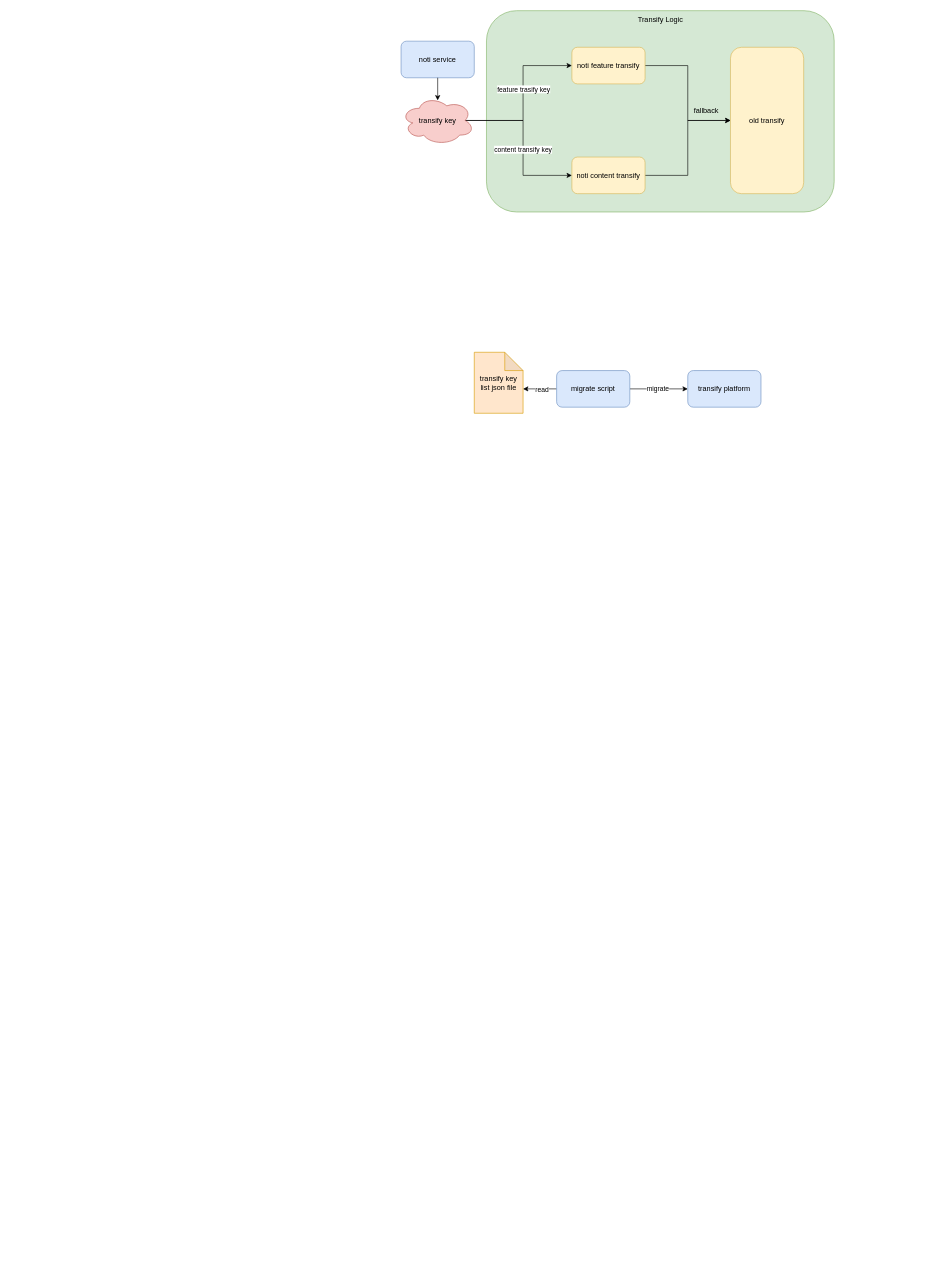
Earlier version of the draw.io diagram transify.drawio (zzw55486402/20200626). Source tidied: cells renumbered, new cells numbered last; positions are measured from the earlier drawing's top-left corner, leaving out a move shared by most shapes. Both pictures are drawn from the tidied source at 61%, with x=0, y=0 at pixel (401, 10).
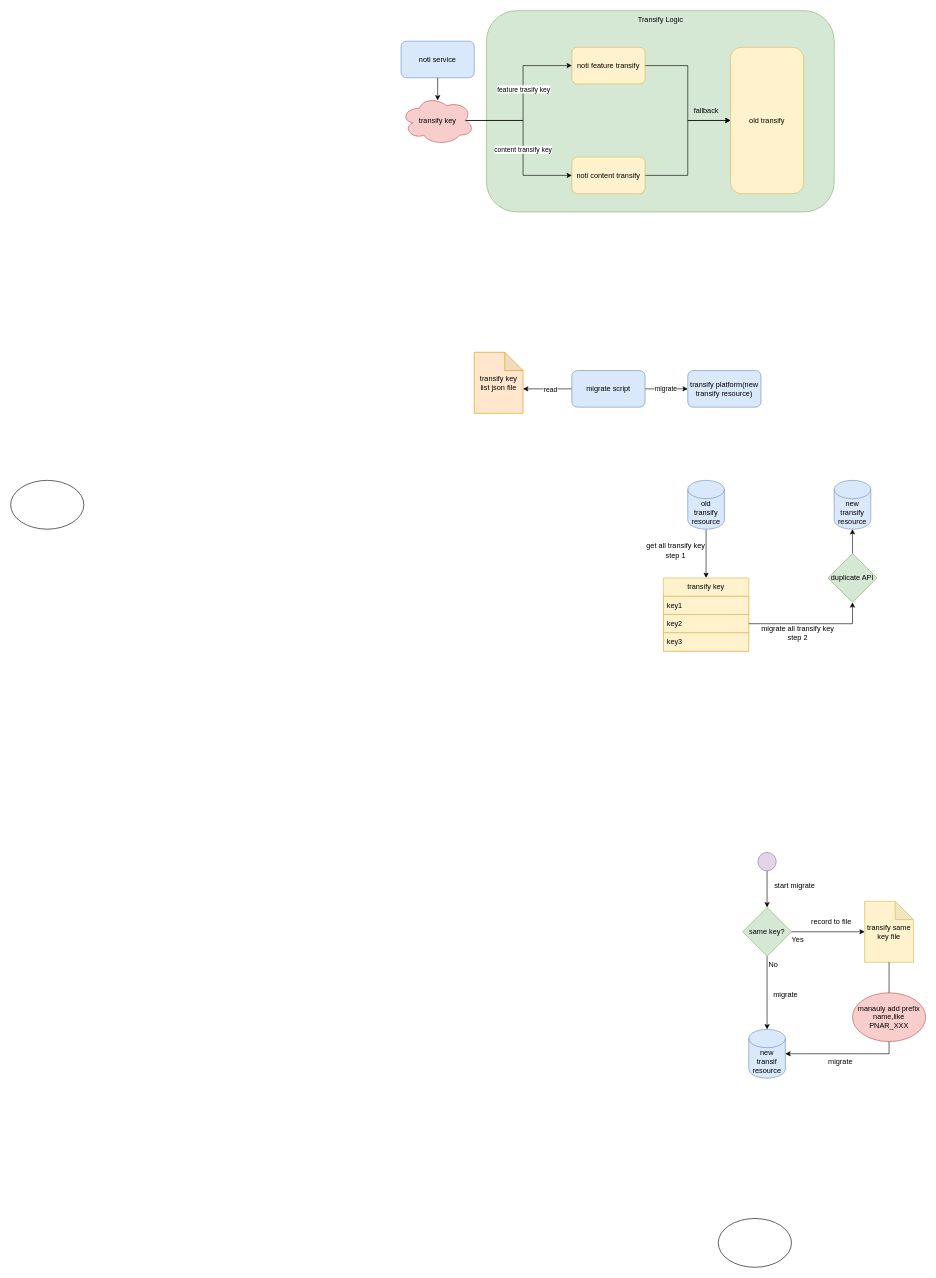
The same page after the edit.

The edit, as a diff of the source:
```diff
@@
     <mxCell id="22" value="migrate script" style="rounded=1;whiteSpace=wrap;html=1;fillColor=#dae8fc;strokeColor=#6c8ebf;" parent="1" vertex="1">
-      <mxGeometry x="255" y="590" width="120" height="60" as="geometry" />
+      <mxGeometry x="280" y="590" width="120" height="60" as="geometry" />
     </mxCell>
-    <mxCell id="23" value="transify platform" style="rounded=1;whiteSpace=wrap;html=1;fillColor=#dae8fc;strokeColor=#6c8ebf;" parent="1" vertex="1">
+    <mxCell id="23" value="transify platform(new transify resource)" style="rounded=1;whiteSpace=wrap;html=1;fillColor=#dae8fc;strokeColor=#6c8ebf;" parent="1" vertex="1">
       <mxGeometry x="470" y="590" width="120" height="60" as="geometry" />
     </mxCell>
+    <mxCell id="24" style="edgeStyle=orthogonalEdgeStyle;rounded=0;jettySize=auto;html=1;exitX=0.5;exitY=1;exitDx=0;exitDy=0;exitPerimeter=0;" parent="1" edge="1" source="25" target="27">
+      <mxGeometry relative="1" as="geometry" />
+    </mxCell>
+    <mxCell id="25" value="old transify resource" style="shape=cylinder3;whiteSpace=wrap;html=1;boundedLbl=1;backgroundOutline=1;size=15;fillColor=#dae8fc;strokeColor=#6c8ebf;" parent="1" vertex="1">
+      <mxGeometry x="470" y="770" width="60" height="80" as="geometry" />
+    </mxCell>
+    <mxCell id="26" value="new transify resource" style="shape=cylinder3;whiteSpace=wrap;html=1;boundedLbl=1;backgroundOutline=1;size=15;fillColor=#dae8fc;strokeColor=#6c8ebf;" parent="1" vertex="1">
+      <mxGeometry x="710" y="770" width="60" height="80" as="geometry" />
+    </mxCell>
+    <mxCell id="27" value="transify key" style="swimlane;fontStyle=0;horizontal=1;startSize=30;whiteSpace=wrap;html=1;fillColor=#fff2cc;strokeColor=#d6b656;" parent="1" vertex="1">
+      <mxGeometry x="430" y="930" width="140" height="120" as="geometry" />
+    </mxCell>
+    <mxCell id="28" value="key1" style="text;strokeColor=#d6b656;fillColor=#fff2cc;align=left;verticalAlign=middle;spacingLeft=4;spacingRight=4;overflow=hidden;whiteSpace=wrap;html=1;" parent="27" vertex="1">
+      <mxGeometry y="30" width="140" height="30" as="geometry" />
+    </mxCell>
+    <mxCell id="29" value="key2" style="text;strokeColor=#d6b656;fillColor=#fff2cc;align=left;verticalAlign=middle;spacingLeft=4;spacingRight=4;overflow=hidden;points=[[0,0.5],[1,0.5]];portConstraint=eastwest;whiteSpace=wrap;html=1;" parent="27" vertex="1">
+      <mxGeometry y="60" width="140" height="30" as="geometry" />
+    </mxCell>
+    <mxCell id="30" value="key3" style="text;strokeColor=#d6b656;fillColor=#fff2cc;align=left;verticalAlign=middle;spacingLeft=4;spacingRight=4;overflow=hidden;whiteSpace=wrap;html=1;" parent="27" vertex="1">
+      <mxGeometry y="90" width="140" height="30" as="geometry" />
+    </mxCell>
+    <mxCell id="31" style="edgeStyle=orthogonalEdgeStyle;rounded=0;jettySize=auto;html=1;exitX=0.5;exitY=0;exitDx=0;exitDy=0;entryX=0.5;entryY=1;entryDx=0;entryDy=0;entryPerimeter=0;" parent="1" edge="1" source="33" target="26">
+      <mxGeometry relative="1" as="geometry" />
+    </mxCell>
+    <mxCell id="32" style="edgeStyle=orthogonalEdgeStyle;rounded=0;jettySize=auto;html=1;exitX=1;exitY=0.5;exitDx=0;exitDy=0;entryX=0.5;entryY=1;entryDx=0;entryDy=0;entryPerimeter=0;" parent="1" edge="1" source="29" target="33">
+      <mxGeometry relative="1" as="geometry" />
+    </mxCell>
+    <mxCell id="33" value="duplicate API" style="rhombus;whiteSpace=wrap;html=1;fillColor=#d5e8d4;strokeColor=#82b366;" parent="1" vertex="1">
+      <mxGeometry x="700" y="890" width="80" height="80" as="geometry" />
+    </mxCell>
+    <mxCell id="34" value="get all transify key&lt;br&gt;step 1" style="text;html=1;align=center;verticalAlign=middle;strokeColor=none;fillColor=none;" parent="1" vertex="1">
+      <mxGeometry x="390" y="865" width="120" height="40" as="geometry" />
+    </mxCell>
+    <mxCell id="35" value="migrate all transify key&lt;br&gt;step 2" style="text;html=1;align=center;verticalAlign=middle;strokeColor=none;fillColor=none;" parent="1" vertex="1">
+      <mxGeometry x="580" y="1000" width="140" height="40" as="geometry" />
+    </mxCell>
+    <mxCell id="36" style="ellipse;whiteSpace=wrap;html=1;" parent="1" vertex="1">
+      <mxGeometry x="-640" y="770" width="120" height="80" as="geometry" />
+    </mxCell>
+    <mxCell id="37" style="ellipse;whiteSpace=wrap;html=1;" parent="1" vertex="1">
+      <mxGeometry x="520" y="1980" width="120" height="80" as="geometry" />
+    </mxCell>
+    <mxCell id="38" value="same key?" style="rhombus;whiteSpace=wrap;html=1;fillColor=#d5e8d4;strokeColor=#82b366;" parent="1" vertex="1">
+      <mxGeometry x="560" y="1470" width="80" height="80" as="geometry" />
+    </mxCell>
+    <mxCell id="39" value="new transif resource" style="shape=cylinder3;whiteSpace=wrap;html=1;boundedLbl=1;backgroundOutline=1;size=15;fillColor=#dae8fc;strokeColor=#6c8ebf;" parent="1" vertex="1">
+      <mxGeometry x="570" y="1670" width="60" height="80" as="geometry" />
+    </mxCell>
+    <mxCell id="40" style="edgeStyle=orthogonalEdgeStyle;rounded=0;jettySize=auto;html=1;exitX=0.5;exitY=1;exitDx=0;exitDy=0;entryX=0.5;entryY=0;entryDx=0;entryDy=0;entryPerimeter=0;" parent="1" edge="1" source="38" target="39">
+      <mxGeometry relative="1" as="geometry" />
+    </mxCell>
+    <mxCell id="41" value="No" style="text;html=1;align=center;verticalAlign=middle;strokeColor=none;fillColor=none;" parent="1" vertex="1">
+      <mxGeometry x="590" y="1550" width="40" height="30" as="geometry" />
+    </mxCell>
+    <mxCell id="42" value="transify same key file" style="shape=note;whiteSpace=wrap;html=1;backgroundOutline=1;darkOpacity=0.05;fillColor=#fff2cc;strokeColor=#d6b656;" parent="1" vertex="1">
+      <mxGeometry x="760" y="1460" width="80" height="100" as="geometry" />
+    </mxCell>
+    <mxCell id="43" style="edgeStyle=orthogonalEdgeStyle;rounded=0;jettySize=auto;html=1;exitX=1;exitY=0.5;exitDx=0;exitDy=0;entryX=0;entryY=0.5;entryDx=0;entryDy=0;entryPerimeter=0;" parent="1" edge="1" source="38" target="42">
+      <mxGeometry relative="1" as="geometry" />
+    </mxCell>
+    <mxCell id="44" value="Yes" style="text;html=1;align=center;verticalAlign=middle;strokeColor=none;fillColor=none;" parent="1" vertex="1">
+      <mxGeometry x="630" y="1508" width="40" height="30" as="geometry" />
+    </mxCell>
+    <mxCell id="45" value="record to file" style="text;html=1;align=center;verticalAlign=middle;strokeColor=none;fillColor=none;" parent="1" vertex="1">
+      <mxGeometry x="660" y="1478" width="90" height="30" as="geometry" />
+    </mxCell>
+    <mxCell id="46" value="migrate" style="text;html=1;align=center;verticalAlign=middle;strokeColor=none;fillColor=none;" parent="1" vertex="1">
+      <mxGeometry x="600" y="1598" width="60" height="30" as="geometry" />
+    </mxCell>
+    <mxCell id="47" style="edgeStyle=orthogonalEdgeStyle;rounded=0;jettySize=auto;html=1;exitX=0.5;exitY=1;exitDx=0;exitDy=0;exitPerimeter=0;entryX=1;entryY=0.5;entryDx=0;entryDy=0;entryPerimeter=0;" parent="1" edge="1" source="42" target="39">
+      <mxGeometry relative="1" as="geometry" />
+    </mxCell>
+    <mxCell id="48" value="manauly add prefix name,like PNAR_XXX" style="ellipse;whiteSpace=wrap;html=1;fillColor=#f8cecc;strokeColor=#b85450;" parent="1" vertex="1">
+      <mxGeometry x="740" y="1610" width="120" height="80" as="geometry" />
+    </mxCell>
+    <mxCell id="49" style="edgeStyle=orthogonalEdgeStyle;rounded=0;jettySize=auto;html=1;exitX=0.5;exitY=1;exitDx=0;exitDy=0;entryX=0.5;entryY=0;entryDx=0;entryDy=0;" parent="1" edge="1" source="50" target="38">
+      <mxGeometry relative="1" as="geometry" />
+    </mxCell>
+    <mxCell id="50" style="ellipse;whiteSpace=wrap;html=1;fillColor=#e1d5e7;strokeColor=#9673a6;" parent="1" vertex="1">
+      <mxGeometry x="585" y="1380" width="30" height="30" as="geometry" />
+    </mxCell>
+    <mxCell id="51" value="start migrate" style="text;html=1;align=center;verticalAlign=middle;strokeColor=none;fillColor=none;" parent="1" vertex="1">
+      <mxGeometry x="600" y="1420" width="90" height="30" as="geometry" />
+    </mxCell>
+    <mxCell id="52" value="migrate" style="text;html=1;align=center;verticalAlign=middle;strokeColor=none;fillColor=none;" parent="1" vertex="1">
+      <mxGeometry x="690" y="1708" width="60" height="30" as="geometry" />
+    </mxCell>
```
